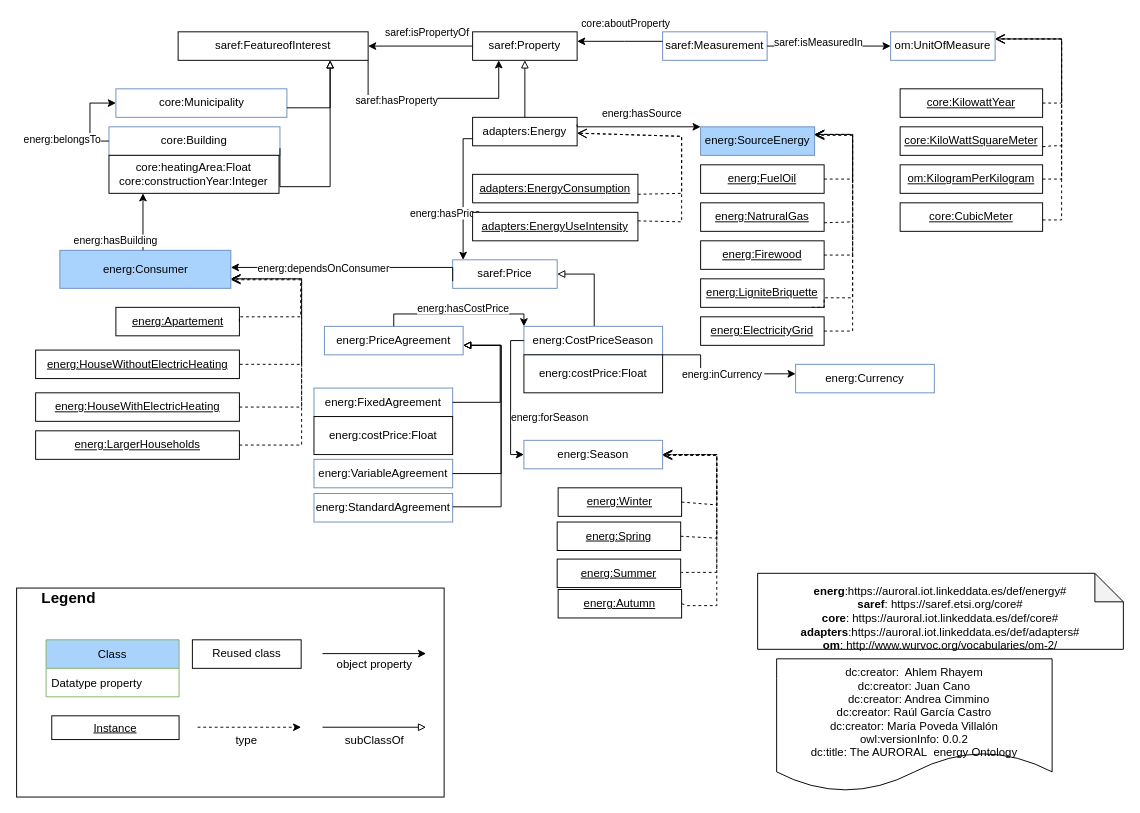
oeg-upm/auroral-energy-ontology keeps this draw.io diagram as diagram/energy.drawio. Above is the earlier version. Source tidied: cells renumbered, new cells numbered last; positions are measured from the earlier drawing's top-left corner, leaving out a move shared by most shapes. Both pictures are drawn from the tidied source at 95%, with x=0, y=0 at pixel (16, 31).
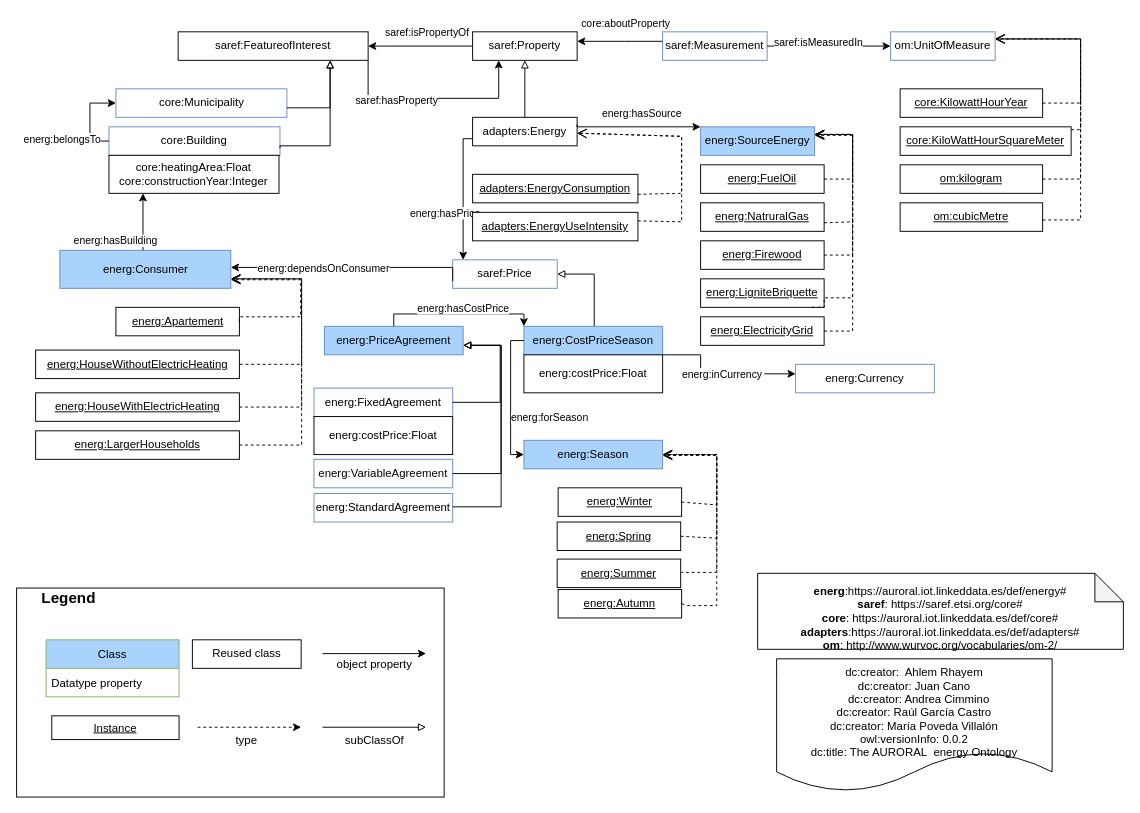
The same page after the edit.

The change refers to these unchanged cells:
```xml
<mxCell id="2" value="saref:FeatureofInterest" style="rounded=0;whiteSpace=wrap;html=1;fillColor=#FFFFFF;strokeColor=#000000;" parent="1" vertex="1">
  <mxGeometry x="170" width="200" height="30" as="geometry" />
</mxCell>
<mxCell id="8" value="core:Building" style="rounded=0;whiteSpace=wrap;html=1;fillColor=#FFFFFF;strokeColor=#6c8ebf;" parent="1" vertex="1">
  <mxGeometry x="97.2" y="100" width="180" height="30" as="geometry" />
</mxCell>
<mxCell id="35" value="om:UnitOfMeasure" style="rounded=0;whiteSpace=wrap;html=1;fillColor=#FFFFFF;strokeColor=#6c8ebf;" parent="1" vertex="1">
  <mxGeometry x="920" width="110" height="30" as="geometry" />
</mxCell>
```

Change to the diagram source:
```diff
@@
     <mxCell id="10" style="edgeStyle=orthogonalEdgeStyle;rounded=0;jettySize=auto;html=1;endArrow=block;endFill=0;exitX=1;exitY=0.75;exitDx=0;exitDy=0;" parent="1" edge="1" source="8" target="2">
       <mxGeometry relative="1" as="geometry">
         <Array as="points">
-          <mxPoint x="330" y="163" />
+          <mxPoint x="277" y="120" />
+          <mxPoint x="330" y="120" />
         </Array>
       </mxGeometry>
     </mxCell>
@@
-    <mxCell id="42" value="&lt;u&gt;core:KilowattYear&lt;/u&gt;" style="rounded=0;whiteSpace=wrap;html=1;snapToPoint=1;points=[[0.1,0],[0.2,0],[0.3,0],[0.4,0],[0.5,0],[0.6,0],[0.7,0],[0.8,0],[0.9,0],[0,0.1],[0,0.3],[0,0.5],[0,0.7],[0,0.9],[0.1,1],[0.2,1],[0.3,1],[0.4,1],[0.5,1],[0.6,1],[0.7,1],[0.8,1],[0.9,1],[1,0.1],[1,0.3],[1,0.5],[1,0.7],[1,0.9]];" parent="1" vertex="1">
+    <mxCell id="42" value="&lt;u&gt;core:KilowattHourYear&lt;/u&gt;" style="rounded=0;whiteSpace=wrap;html=1;snapToPoint=1;points=[[0.1,0],[0.2,0],[0.3,0],[0.4,0],[0.5,0],[0.6,0],[0.7,0],[0.8,0],[0.9,0],[0,0.1],[0,0.3],[0,0.5],[0,0.7],[0,0.9],[0.1,1],[0.2,1],[0.3,1],[0.4,1],[0.5,1],[0.6,1],[0.7,1],[0.8,1],[0.9,1],[1,0.1],[1,0.3],[1,0.5],[1,0.7],[1,0.9]];" parent="1" vertex="1">
       <mxGeometry x="930" y="60" width="150" height="30" as="geometry" />
     </mxCell>
-    <mxCell id="43" value="&lt;u&gt;core:KiloWattSquareMeter&lt;/u&gt;" style="rounded=0;whiteSpace=wrap;html=1;snapToPoint=1;points=[[0.1,0],[0.2,0],[0.3,0],[0.4,0],[0.5,0],[0.6,0],[0.7,0],[0.8,0],[0.9,0],[0,0.1],[0,0.3],[0,0.5],[0,0.7],[0,0.9],[0.1,1],[0.2,1],[0.3,1],[0.4,1],[0.5,1],[0.6,1],[0.7,1],[0.8,1],[0.9,1],[1,0.1],[1,0.3],[1,0.5],[1,0.7],[1,0.9]];" parent="1" vertex="1">
-      <mxGeometry x="930" y="100" width="150" height="30" as="geometry" />
+    <mxCell id="43" value="&lt;u&gt;core:KiloWattHourSquareMeter&lt;/u&gt;" style="rounded=0;whiteSpace=wrap;html=1;snapToPoint=1;points=[[0.1,0],[0.2,0],[0.3,0],[0.4,0],[0.5,0],[0.6,0],[0.7,0],[0.8,0],[0.9,0],[0,0.1],[0,0.3],[0,0.5],[0,0.7],[0,0.9],[0.1,1],[0.2,1],[0.3,1],[0.4,1],[0.5,1],[0.6,1],[0.7,1],[0.8,1],[0.9,1],[1,0.1],[1,0.3],[1,0.5],[1,0.7],[1,0.9]];" parent="1" vertex="1">
+      <mxGeometry x="930" y="100" width="180" height="30" as="geometry" />
     </mxCell>
-    <mxCell id="44" value="&lt;u&gt;om:KilogramPerKilogram&lt;/u&gt;" style="rounded=0;whiteSpace=wrap;html=1;snapToPoint=1;points=[[0.1,0],[0.2,0],[0.3,0],[0.4,0],[0.5,0],[0.6,0],[0.7,0],[0.8,0],[0.9,0],[0,0.1],[0,0.3],[0,0.5],[0,0.7],[0,0.9],[0.1,1],[0.2,1],[0.3,1],[0.4,1],[0.5,1],[0.6,1],[0.7,1],[0.8,1],[0.9,1],[1,0.1],[1,0.3],[1,0.5],[1,0.7],[1,0.9]];" parent="1" vertex="1">
+    <mxCell id="44" value="&lt;u&gt;om:kilogram&lt;/u&gt;" style="rounded=0;whiteSpace=wrap;html=1;snapToPoint=1;points=[[0.1,0],[0.2,0],[0.3,0],[0.4,0],[0.5,0],[0.6,0],[0.7,0],[0.8,0],[0.9,0],[0,0.1],[0,0.3],[0,0.5],[0,0.7],[0,0.9],[0.1,1],[0.2,1],[0.3,1],[0.4,1],[0.5,1],[0.6,1],[0.7,1],[0.8,1],[0.9,1],[1,0.1],[1,0.3],[1,0.5],[1,0.7],[1,0.9]];" parent="1" vertex="1">
       <mxGeometry x="930" y="140" width="150" height="30" as="geometry" />
     </mxCell>
-    <mxCell id="45" value="&lt;u&gt;core:CubicMeter&lt;/u&gt;" style="rounded=0;whiteSpace=wrap;html=1;" parent="1" vertex="1">
+    <mxCell id="45" value="&lt;u&gt;om:cubicMetre&lt;/u&gt;" style="rounded=0;whiteSpace=wrap;html=1;" parent="1" vertex="1">
       <mxGeometry x="930" y="180" width="150" height="30" as="geometry" />
     </mxCell>
@@
     <mxCell id="59" style="endArrow=open;html=1;fontColor=#000099;endFill=0;dashed=1;endSize=8;exitX=1;exitY=0.5;exitDx=0;exitDy=0;edgeStyle=orthogonalEdgeStyle;arcSize=0;entryX=1;entryY=0.25;entryDx=0;entryDy=0;" parent="1" edge="1" source="42" target="35">
       <mxGeometry relative="1" as="geometry">
         <Array as="points">
-          <mxPoint x="1100" y="75" />
-          <mxPoint x="1100" y="8" />
+          <mxPoint x="1120" y="75" />
+          <mxPoint x="1120" y="8" />
         </Array>
       </mxGeometry>
     </mxCell>
-    <mxCell id="60" style="endArrow=open;html=1;fontColor=#000099;endFill=0;dashed=1;endSize=8;edgeStyle=orthogonalEdgeStyle;arcSize=0;entryX=1;entryY=0.25;entryDx=0;entryDy=0;" parent="1" edge="1" source="43" target="35">
+    <mxCell id="60" style="endArrow=open;html=1;fontColor=#000099;endFill=0;dashed=1;endSize=8;edgeStyle=orthogonalEdgeStyle;arcSize=0;entryX=1;entryY=0.25;entryDx=0;entryDy=0;exitX=1;exitY=0.1;exitDx=0;exitDy=0;" parent="1" edge="1" source="43" target="35">
       <mxGeometry relative="1" as="geometry">
         <Array as="points">
-          <mxPoint x="1090" y="120" />
-          <mxPoint x="1100" y="120" />
-          <mxPoint x="1100" y="8" />
+          <mxPoint x="1120" y="103" />
+          <mxPoint x="1120" y="8" />
         </Array>
       </mxGeometry>
     </mxCell>
     <mxCell id="61" style="endArrow=open;html=1;fontColor=#000099;endFill=0;dashed=1;endSize=8;exitX=1;exitY=0.5;exitDx=0;exitDy=0;edgeStyle=orthogonalEdgeStyle;arcSize=0;entryX=1;entryY=0.25;entryDx=0;entryDy=0;" parent="1" edge="1" source="44" target="35">
       <mxGeometry relative="1" as="geometry">
         <Array as="points">
-          <mxPoint x="1100" y="155" />
-          <mxPoint x="1100" y="8" />
+          <mxPoint x="1120" y="155" />
+          <mxPoint x="1120" y="8" />
         </Array>
       </mxGeometry>
     </mxCell>
     <mxCell id="62" style="endArrow=open;html=1;fontColor=#000099;endFill=0;dashed=1;endSize=8;edgeStyle=orthogonalEdgeStyle;arcSize=0;entryX=1;entryY=0.25;entryDx=0;entryDy=0;" parent="1" edge="1" target="35">
       <mxGeometry relative="1" as="geometry">
         <mxPoint x="1080" y="198" as="sourcePoint" />
         <Array as="points">
-          <mxPoint x="1100" y="198" />
-          <mxPoint x="1100" y="8" />
+          <mxPoint x="1120" y="198" />
+          <mxPoint x="1120" y="8" />
         </Array>
       </mxGeometry>
     </mxCell>
@@
-    <mxCell id="79" value="energ:CostPriceSeason" style="rounded=0;whiteSpace=wrap;html=1;fillColor=#FFFFFF;strokeColor=#6c8ebf;" parent="1" vertex="1">
+    <mxCell id="79" value="energ:CostPriceSeason" style="rounded=0;whiteSpace=wrap;html=1;fillColor=#A9D2FC;strokeColor=#6c8ebf;" parent="1" vertex="1">
       <mxGeometry x="534" y="310" width="146" height="30" as="geometry" />
     </mxCell>
@@
-    <mxCell id="81" value="energ:Season" style="rounded=0;whiteSpace=wrap;html=1;fillColor=#FFFFFF;strokeColor=#6c8ebf;" parent="1" vertex="1">
+    <mxCell id="81" value="energ:Season" style="rounded=0;whiteSpace=wrap;html=1;fillColor=#A9D2FC;strokeColor=#6c8ebf;" parent="1" vertex="1">
       <mxGeometry x="534" y="430" width="146" height="30" as="geometry" />
     </mxCell>
@@
-    <mxCell id="92" value="energ:PriceAgreement" style="rounded=0;whiteSpace=wrap;html=1;fillColor=#FFFFFF;strokeColor=#6c8ebf;" parent="1" vertex="1">
+    <mxCell id="92" value="energ:PriceAgreement" style="rounded=0;whiteSpace=wrap;html=1;fillColor=#A9D2FC;strokeColor=#6c8ebf;" parent="1" vertex="1">
       <mxGeometry x="324" y="310" width="146" height="30" as="geometry" />
     </mxCell>
```
